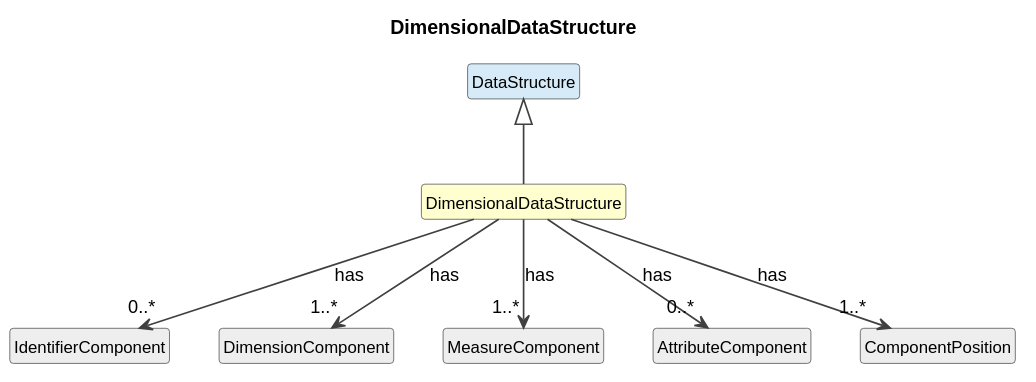
The PlantUML diagram cdif-uml-model/_plantuml/cdifDataStructure/Classes/DimensionalDataStructure.svg in Cross-Domain-Interoperability-Framework/metadataBuildingBlocks, before a commit.
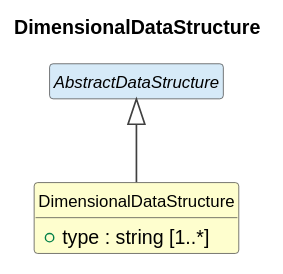
Later version of the same file.

The edit, as a diff of the source:
```diff
@@ -10,17 +10,9 @@
   FontSize 12
 }
 
-class "DimensionalDataStructure" as DimensionalDataStructure #FEFECE
-class "DataStructure" as DataStructure #D6EAF8
-DataStructure <|-- DimensionalDataStructure
-class "IdentifierComponent" as IdentifierComponent #EEEEEE
-DimensionalDataStructure --> "0..*" IdentifierComponent : has
-class "DimensionComponent" as DimensionComponent #EEEEEE
-DimensionalDataStructure --> "1..*" DimensionComponent : has
-class "MeasureComponent" as MeasureComponent #EEEEEE
-DimensionalDataStructure --> "1..*" MeasureComponent : has
-class "AttributeComponent" as AttributeComponent #EEEEEE
-DimensionalDataStructure --> "0..*" AttributeComponent : has
-class "ComponentPosition" as ComponentPosition #EEEEEE
-DimensionalDataStructure --> "1..*" ComponentPosition : has
+class "DimensionalDataStructure" as DimensionalDataStructure #FEFECE {
+  +type : string [1..*]
+}
+abstract class "AbstractDataStructure" as AbstractDataStructure #D6EAF8
+AbstractDataStructure <|-- DimensionalDataStructure
 @enduml
```
